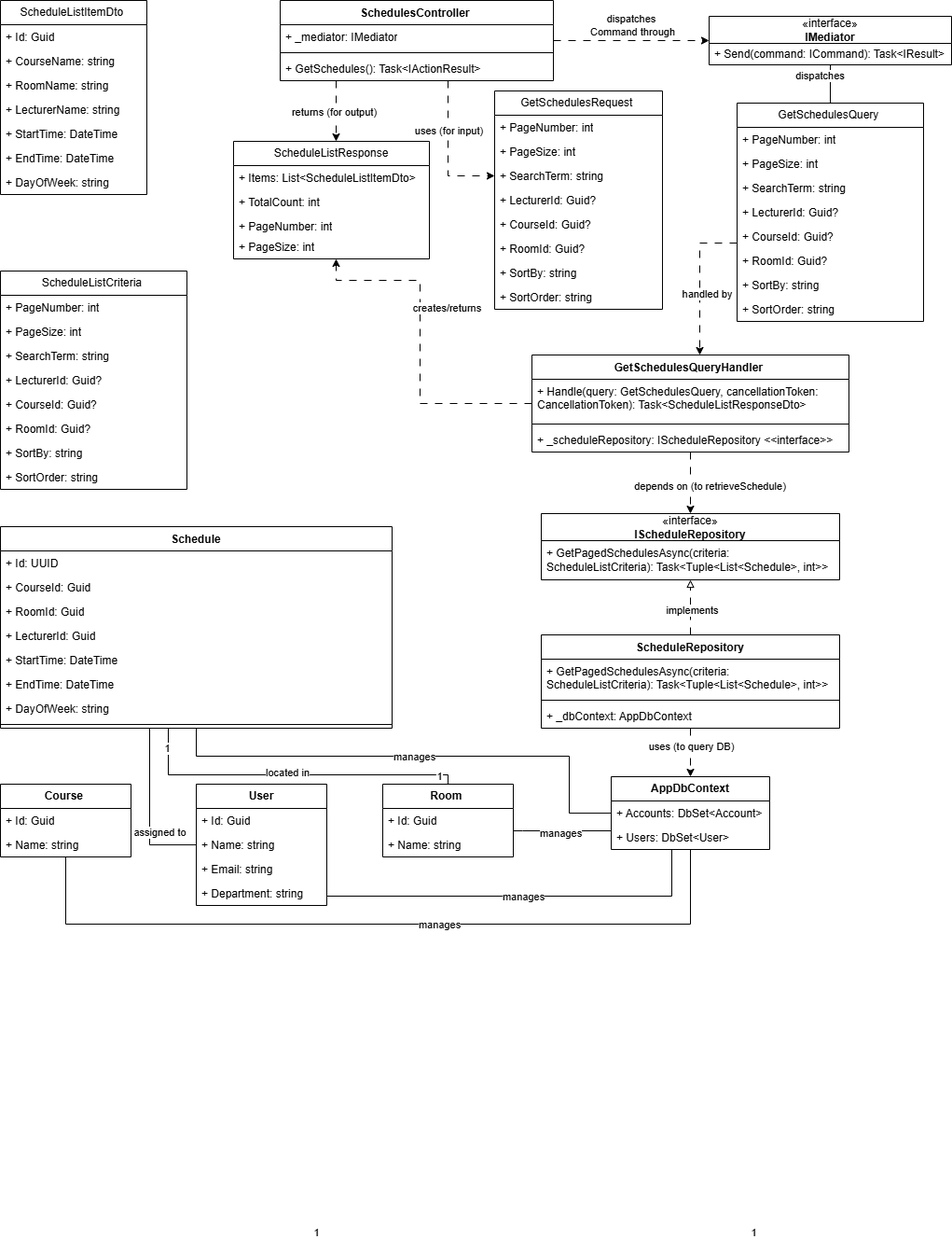
Before: docs/diagram/get-schedules.drawio.png, a diagram exported from draw.io (SEP490-SU25-G16/zentry-server). Source tidied: cells renumbered, new cells last; positions are measured from the earlier drawing's top-left corner, leaving out a move shared by most shapes.
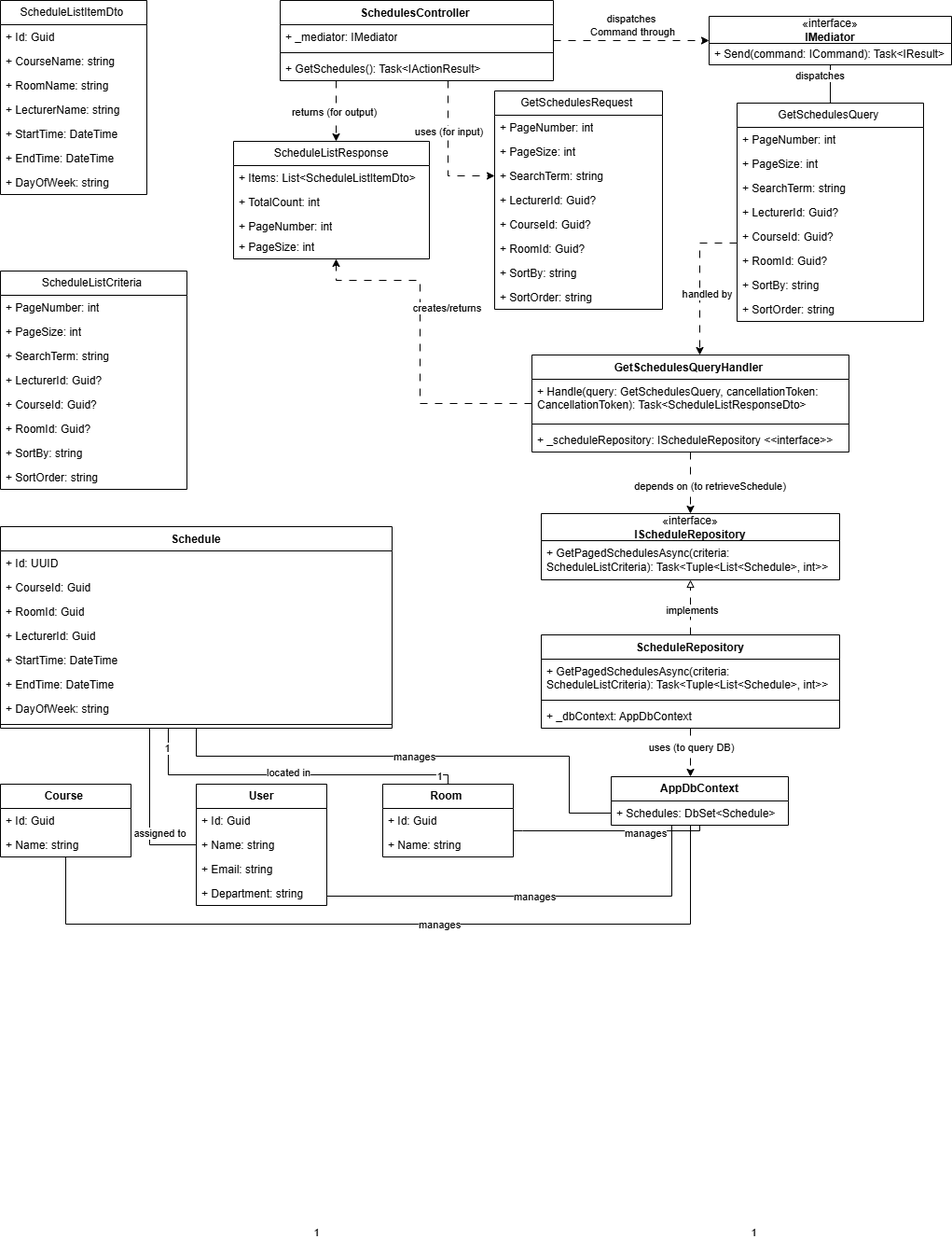
Above is the later version.

Change to the diagram source:
```diff
@@ -305,14 +305,11 @@
       </mxGeometry>
     </mxCell>
     <mxCell id="80" value="&lt;span style=&quot;font-weight: 700;&quot;&gt;AppDbContext&lt;/span&gt;" style="swimlane;fontStyle=0;horizontal=1;startSize=26;fillColor=none;whiteSpace=wrap;html=1;" parent="1" vertex="1">
-      <mxGeometry x="655" y="832" width="170" height="78" as="geometry" />
+      <mxGeometry x="655" y="832" width="190" height="52" as="geometry" />
     </mxCell>
-    <mxCell id="81" value="+ Accounts: DbSet&amp;lt;Account&amp;gt;" style="text;strokeColor=none;fillColor=none;align=left;verticalAlign=top;spacingLeft=4;spacingRight=4;overflow=hidden;whiteSpace=wrap;html=1;" parent="80" vertex="1">
-      <mxGeometry y="26" width="170" height="26" as="geometry" />
+    <mxCell id="81" value="+ Schedules: DbSet&amp;lt;Schedule&amp;gt;" style="text;strokeColor=none;fillColor=none;align=left;verticalAlign=top;spacingLeft=4;spacingRight=4;overflow=hidden;whiteSpace=wrap;html=1;" parent="80" vertex="1">
+      <mxGeometry y="26" width="190" height="26" as="geometry" />
     </mxCell>
-    <mxCell id="82" value="+ Users: DbSet&amp;lt;User&amp;gt;" style="text;strokeColor=none;fillColor=none;align=left;verticalAlign=top;spacingLeft=4;spacingRight=4;overflow=hidden;whiteSpace=wrap;html=1;" parent="80" vertex="1">
-      <mxGeometry y="52" width="170" height="26" as="geometry" />
-    </mxCell>
     <mxCell id="83" style="edgeStyle=orthogonalEdgeStyle;rounded=0;jettySize=auto;html=1;dashed=1;dashPattern=8 8;" parent="1" edge="1" source="6" target="12">
       <mxGeometry relative="1" as="geometry">
         <Array as="points">
```
